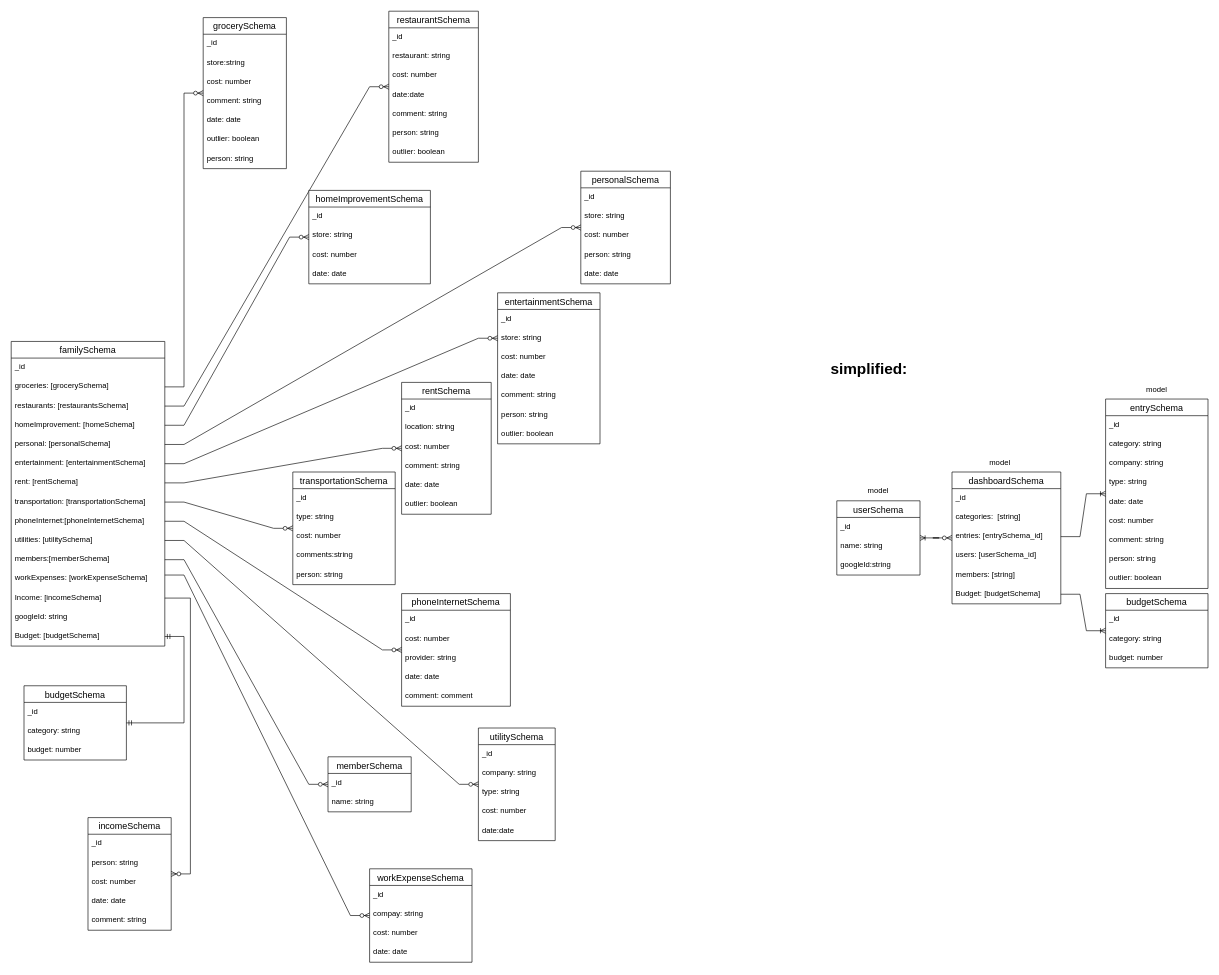
vanessaycui/budget-app keeps this draw.io diagram as personalfinance.drawio. Above is the earlier version. Source tidied: cells renumbered, new cells numbered last; positions are measured from the earlier drawing's top-left corner, leaving out a move shared by most shapes. Both pictures are drawn from the tidied source at 64%, with x=0, y=0 at pixel (11, 11).
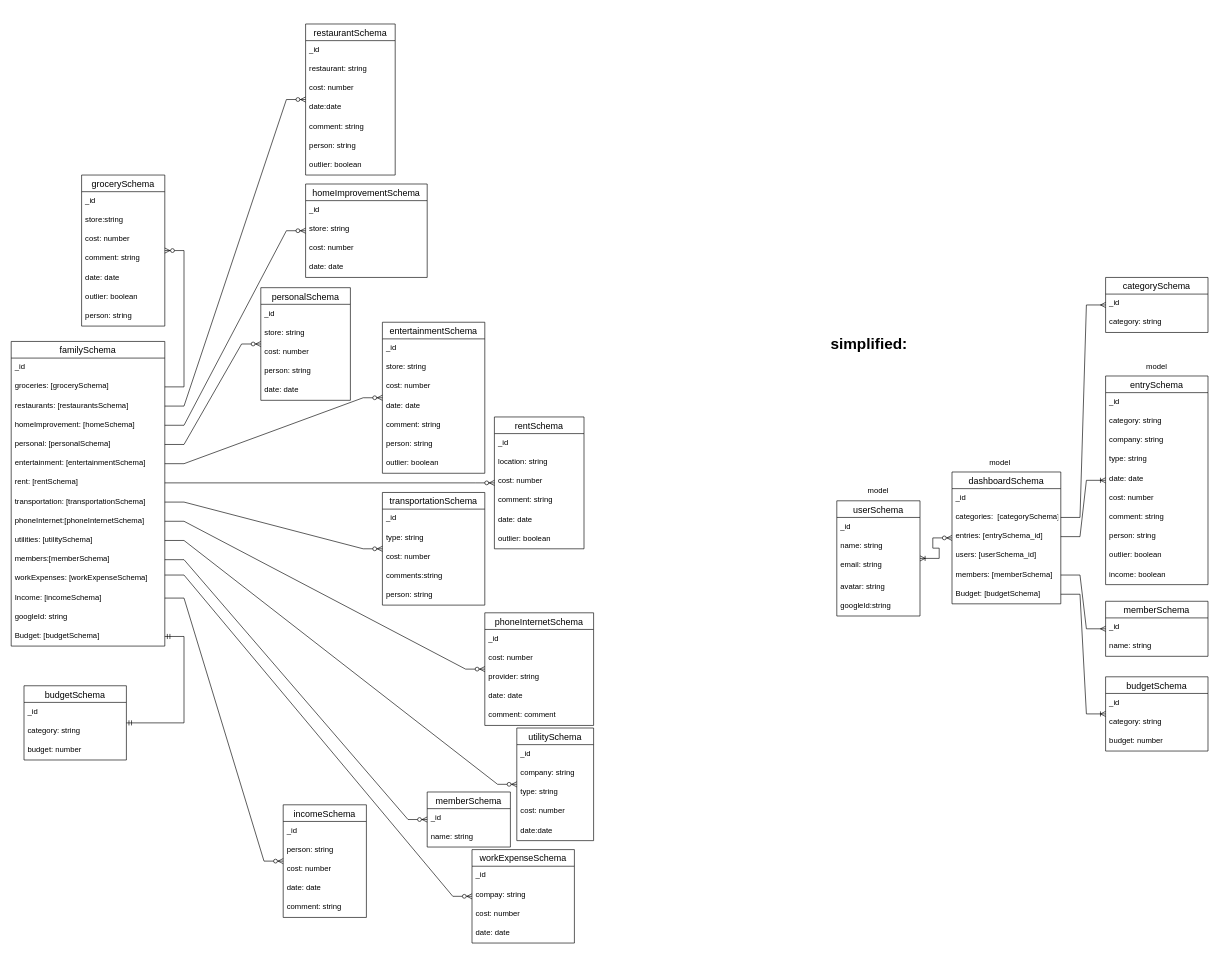
The same diagram, later.

Unchanged cells that the change refers to:
```xml
<mxCell id="9" value="entertainment: [entertainmentSchema]" style="text;strokeColor=none;fillColor=none;spacingLeft=4;spacingRight=4;overflow=hidden;points=[[0,0.5],[1,0.5]];portConstraint=eastwest;fontSize=12;" parent="3" vertex="1">
  <mxGeometry y="176" width="240" height="30" as="geometry" />
</mxCell>
<mxCell id="30" value="store: string" style="text;strokeColor=none;fillColor=none;spacingLeft=4;spacingRight=4;overflow=hidden;points=[[0,0.5],[1,0.5]];portConstraint=eastwest;fontSize=12;" parent="28" vertex="1">
  <mxGeometry y="56" width="160" height="30" as="geometry" />
</mxCell>
<mxCell id="119" value="dashboardSchema" style="swimlane;fontStyle=0;horizontal=1;startSize=26;align=center;fontSize=14;" parent="1" vertex="1">
  <mxGeometry x="1470" y="720" width="170" height="206" as="geometry" />
</mxCell>
```

The edit, as a diff of the source:
```diff
@@
     <mxCell id="20" value="restaurantSchema" style="swimlane;fontStyle=0;horizontal=1;startSize=26;align=center;fontSize=14;" parent="1" vertex="1">
-      <mxGeometry x="590" width="140" height="236" as="geometry" />
+      <mxGeometry x="460" y="20" width="140" height="236" as="geometry" />
     </mxCell>
@@
     <mxCell id="28" value="entertainmentSchema" style="swimlane;fontStyle=0;horizontal=1;startSize=26;align=center;fontSize=14;" parent="1" vertex="1">
-      <mxGeometry x="760" y="440" width="160" height="236" as="geometry" />
+      <mxGeometry x="580" y="486" width="160" height="236" as="geometry" />
     </mxCell>
@@
-    <mxCell id="36" style="edgeStyle=entityRelationEdgeStyle;fontSize=12;html=1;endArrow=ERzeroToMany;endFill=1;rounded=0;exitX=1;exitY=0.5;exitDx=0;exitDy=0;" parent="1" edge="1" source="9" target="30">
+    <mxCell id="36" style="edgeStyle=entityRelationEdgeStyle;fontSize=12;html=1;endArrow=ERzeroToMany;endFill=1;rounded=0;exitX=1;exitY=0.5;exitDx=0;exitDy=0;" parent="1" edge="1" source="9" target="28">
       <mxGeometry relative="1" as="geometry" />
     </mxCell>
     <mxCell id="37" value="rentSchema" style="swimlane;fontStyle=0;horizontal=1;startSize=26;align=center;fontSize=14;" parent="1" vertex="1">
-      <mxGeometry x="610" y="580" width="140" height="206" as="geometry" />
+      <mxGeometry x="755" y="634" width="140" height="206" as="geometry" />
     </mxCell>
@@
     <mxCell id="45" value="incomeSchema" style="swimlane;fontStyle=0;horizontal=1;startSize=26;align=center;fontSize=14;" parent="1" vertex="1">
-      <mxGeometry x="120" y="1260" width="130" height="176" as="geometry" />
+      <mxGeometry x="425" y="1240" width="130" height="176" as="geometry" />
     </mxCell>
@@
     <mxCell id="53" value="phoneInternetSchema" style="swimlane;fontStyle=0;horizontal=1;startSize=26;align=center;fontSize=14;" parent="1" vertex="1">
-      <mxGeometry x="610" y="910" width="170" height="176" as="geometry" />
+      <mxGeometry x="740" y="940" width="170" height="176" as="geometry" />
     </mxCell>
@@
     <mxCell id="61" value="utilitySchema" style="swimlane;fontStyle=0;horizontal=1;startSize=26;align=center;fontSize=14;" parent="1" vertex="1">
-      <mxGeometry x="730" y="1120" width="120" height="176" as="geometry" />
+      <mxGeometry x="790" y="1120" width="120" height="176" as="geometry" />
     </mxCell>
@@
     <mxCell id="67" value="memberSchema" style="swimlane;fontStyle=0;horizontal=1;startSize=26;align=center;fontSize=14;" parent="1" vertex="1">
-      <mxGeometry x="495" y="1165" width="130" height="86" as="geometry" />
+      <mxGeometry x="650" y="1220" width="130" height="86" as="geometry" />
     </mxCell>
@@
     <mxCell id="71" value="transportationSchema" style="swimlane;fontStyle=0;horizontal=1;startSize=26;align=center;fontSize=14;" parent="1" vertex="1">
-      <mxGeometry x="440" y="720" width="160" height="176" as="geometry" />
+      <mxGeometry x="580" y="752" width="160" height="176" as="geometry" />
     </mxCell>
@@
     <mxCell id="77" value="grocerySchema" style="swimlane;fontStyle=0;horizontal=1;startSize=26;align=center;fontSize=14;" parent="1" vertex="1">
-      <mxGeometry x="300" y="10" width="130" height="236" as="geometry" />
+      <mxGeometry x="110" y="256" width="130" height="236" as="geometry" />
     </mxCell>
@@
     <mxCell id="85" value="personalSchema" style="swimlane;fontStyle=0;horizontal=1;startSize=26;align=center;fontSize=14;" parent="1" vertex="1">
-      <mxGeometry x="890" y="250" width="140" height="176" as="geometry" />
+      <mxGeometry x="390" y="432" width="140" height="176" as="geometry" />
     </mxCell>
@@
     <mxCell id="92" value="homeImprovementSchema" style="swimlane;fontStyle=0;horizontal=1;startSize=26;align=center;fontSize=14;" parent="1" vertex="1">
-      <mxGeometry x="465" y="280" width="190" height="146" as="geometry" />
+      <mxGeometry x="460" y="270" width="190" height="146" as="geometry" />
     </mxCell>
@@
     <mxCell id="98" value="workExpenseSchema" style="swimlane;fontStyle=0;horizontal=1;startSize=26;align=center;fontSize=14;" parent="1" vertex="1">
-      <mxGeometry x="560" y="1340" width="160" height="146" as="geometry" />
+      <mxGeometry x="720" y="1310" width="160" height="146" as="geometry" />
     </mxCell>
@@
     <mxCell id="109" value="entrySchema" style="swimlane;fontStyle=0;horizontal=1;startSize=26;align=center;fontSize=14;" parent="1" vertex="1">
-      <mxGeometry x="1710" y="606" width="160" height="296" as="geometry" />
+      <mxGeometry x="1710" y="570" width="160" height="326" as="geometry" />
     </mxCell>
@@
+    <mxCell id="141" value="income: boolean" style="text;strokeColor=none;fillColor=none;spacingLeft=4;spacingRight=4;overflow=hidden;fontSize=12;" parent="109" vertex="1">
+      <mxGeometry y="296" width="160" height="30" as="geometry" />
+    </mxCell>
@@
-    <mxCell id="121" value="categories:  [string]" style="text;strokeColor=none;fillColor=none;spacingLeft=4;spacingRight=4;overflow=hidden;points=[[0,0.5],[1,0.5]];portConstraint=eastwest;fontSize=12;" parent="119" vertex="1">
+    <mxCell id="121" value="categories:  [categorySchema]" style="text;strokeColor=none;fillColor=none;spacingLeft=4;spacingRight=4;overflow=hidden;points=[[0,0.5],[1,0.5]];portConstraint=eastwest;fontSize=12;" parent="119" vertex="1">
       <mxGeometry y="56" width="170" height="30" as="geometry" />
     </mxCell>
@@
-    <mxCell id="124" value="members: [string]" style="text;strokeColor=none;fillColor=none;spacingLeft=4;spacingRight=4;overflow=hidden;points=[[0,0.5],[1,0.5]];portConstraint=eastwest;fontSize=12;" parent="119" vertex="1">
+    <mxCell id="124" value="members: [memberSchema]" style="text;strokeColor=none;fillColor=none;spacingLeft=4;spacingRight=4;overflow=hidden;points=[[0,0.5],[1,0.5]];portConstraint=eastwest;fontSize=12;" parent="119" vertex="1">
       <mxGeometry y="146" width="170" height="30" as="geometry" />
     </mxCell>
@@
     <mxCell id="126" value="budgetSchema" style="swimlane;fontStyle=0;horizontal=1;startSize=26;align=center;fontSize=14;" parent="1" vertex="1">
-      <mxGeometry x="1710" y="910" width="160" height="116" as="geometry" />
+      <mxGeometry x="1710" y="1040" width="160" height="116" as="geometry" />
     </mxCell>
@@
     <mxCell id="130" value="simplified:" style="text;strokeColor=none;fillColor=none;html=1;fontSize=24;fontStyle=1;verticalAlign=middle;align=center;" parent="1" vertex="1">
-      <mxGeometry x="1290" y="540" width="100" height="40" as="geometry" />
+      <mxGeometry x="1290" y="500" width="100" height="40" as="geometry" />
     </mxCell>
@@
     <mxCell id="133" value="userSchema" style="swimlane;fontStyle=0;horizontal=1;startSize=26;align=center;fontSize=14;" parent="1" vertex="1">
-      <mxGeometry x="1290" y="765" width="130" height="116" as="geometry" />
+      <mxGeometry x="1290" y="765" width="130" height="180" as="geometry" />
     </mxCell>
@@
+    <mxCell id="142" value="name: string" style="text;strokeColor=none;fillColor=none;spacingLeft=4;spacingRight=4;overflow=hidden;fontSize=12;" parent="133" vertex="1">
+      <mxGeometry y="56" width="130" height="30" as="geometry" />
+    </mxCell>
+    <mxCell id="143" value="email: string" style="text;strokeColor=none;fillColor=none;spacingLeft=4;spacingRight=4;overflow=hidden;fontSize=12;" parent="133" vertex="1">
+      <mxGeometry y="86" width="130" height="34" as="geometry" />
+    </mxCell>
-    <mxCell id="135" value="name: string" style="text;strokeColor=none;fillColor=none;spacingLeft=4;spacingRight=4;overflow=hidden;fontSize=12;" parent="133" vertex="1">
-      <mxGeometry y="56" width="130" height="30" as="geometry" />
+    <mxCell id="135" value="avatar: string" style="text;strokeColor=none;fillColor=none;spacingLeft=4;spacingRight=4;overflow=hidden;fontSize=12;" parent="133" vertex="1">
+      <mxGeometry y="120" width="130" height="30" as="geometry" />
     </mxCell>
     <mxCell id="136" value="googleId:string" style="text;strokeColor=none;fillColor=none;spacingLeft=4;spacingRight=4;overflow=hidden;fontSize=12;" parent="133" vertex="1">
-      <mxGeometry y="86" width="130" height="30" as="geometry" />
+      <mxGeometry y="150" width="130" height="30" as="geometry" />
     </mxCell>
@@
     <mxCell id="140" value="model" style="text;html=1;strokeColor=none;fillColor=none;align=center;verticalAlign=middle;whiteSpace=wrap;rounded=0;" parent="1" vertex="1">
-      <mxGeometry x="1760" y="576" width="60" height="30" as="geometry" />
+      <mxGeometry x="1760" y="540" width="60" height="30" as="geometry" />
     </mxCell>
+    <mxCell id="144" value="memberSchema" style="swimlane;fontStyle=0;horizontal=1;startSize=26;align=center;fontSize=14;" parent="1" vertex="1">
+      <mxGeometry x="1710" y="922" width="160" height="86" as="geometry" />
+    </mxCell>
+    <mxCell id="145" value="_id" style="text;strokeColor=none;fillColor=none;spacingLeft=4;spacingRight=4;overflow=hidden;fontSize=12;" parent="144" vertex="1">
+      <mxGeometry y="26" width="160" height="30" as="geometry" />
+    </mxCell>
+    <mxCell id="146" value="name: string" style="text;strokeColor=none;fillColor=none;spacingLeft=4;spacingRight=4;overflow=hidden;fontSize=12;" parent="144" vertex="1">
+      <mxGeometry y="56" width="160" height="30" as="geometry" />
+    </mxCell>
+    <mxCell id="147" style="edgeStyle=entityRelationEdgeStyle;fontSize=12;html=1;endArrow=ERmany;rounded=0;" parent="1" edge="1" source="124" target="144">
+      <mxGeometry relative="1" as="geometry" />
+    </mxCell>
+    <mxCell id="148" value="categorySchema" style="swimlane;fontStyle=0;horizontal=1;startSize=26;align=center;fontSize=14;" parent="1" vertex="1">
+      <mxGeometry x="1710" y="416" width="160" height="86" as="geometry" />
+    </mxCell>
+    <mxCell id="149" value="_id" style="text;strokeColor=none;fillColor=none;spacingLeft=4;spacingRight=4;overflow=hidden;fontSize=12;" parent="148" vertex="1">
+      <mxGeometry y="26" width="160" height="30" as="geometry" />
+    </mxCell>
+    <mxCell id="150" value="category: string" style="text;strokeColor=none;fillColor=none;spacingLeft=4;spacingRight=4;overflow=hidden;fontSize=12;" parent="148" vertex="1">
+      <mxGeometry y="56" width="160" height="30" as="geometry" />
+    </mxCell>
+    <mxCell id="151" style="edgeStyle=entityRelationEdgeStyle;fontSize=12;html=1;endArrow=ERmany;rounded=0;exitX=1;exitY=0.5;exitDx=0;exitDy=0;" parent="1" edge="1" source="121" target="148">
+      <mxGeometry relative="1" as="geometry" />
+    </mxCell>
```
